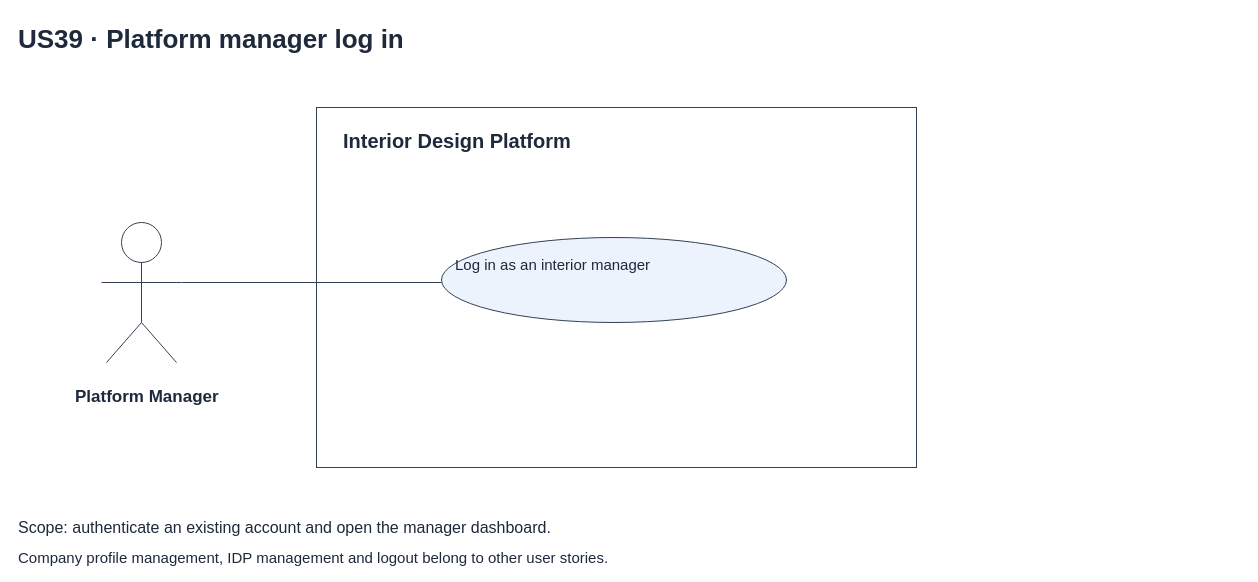
Hanzxc/CSIT314-ARCHSS keeps this draw.io diagram as page "2 Use Case Diagram" (1 of 7) of Sprint_2/US39 - Platform Manager Log in/US39 Platform manager log in.drawio. Above is the earlier version. Source tidied: cells renumbered, new cells numbered last; positions are measured from the earlier drawing's top-left corner, leaving out a move shared by most shapes. Both pictures are drawn from the tidied source at 100%, with x=0, y=0 at pixel (16, 16).
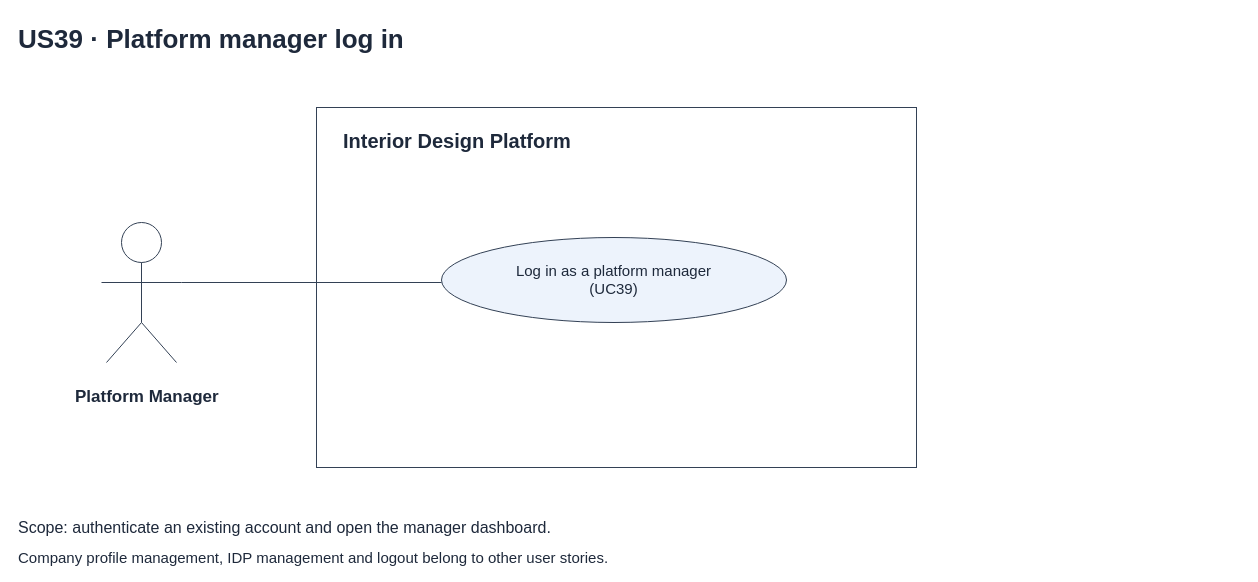
The same page after the edit.

Change to the diagram source:
```diff
@@
-    <mxCell id="6" value="Log in as an interior manager" style="text;html=0;align=left;verticalAlign=top;fontSize=15;fontStyle=0;fontColor=#1e293b;" parent="1" vertex="1">
-      <mxGeometry x="437" y="233" width="321" height="22" as="geometry" />
+    <mxCell id="6" value="Log in as a platform manager&#10;(UC39)" style="text;html=0;align=center;verticalAlign=top;fontSize=15;fontStyle=0;fontColor=#1e293b;" parent="1" vertex="1">
+      <mxGeometry x="437" y="239" width="321" height="22" as="geometry" />
     </mxCell>
```
